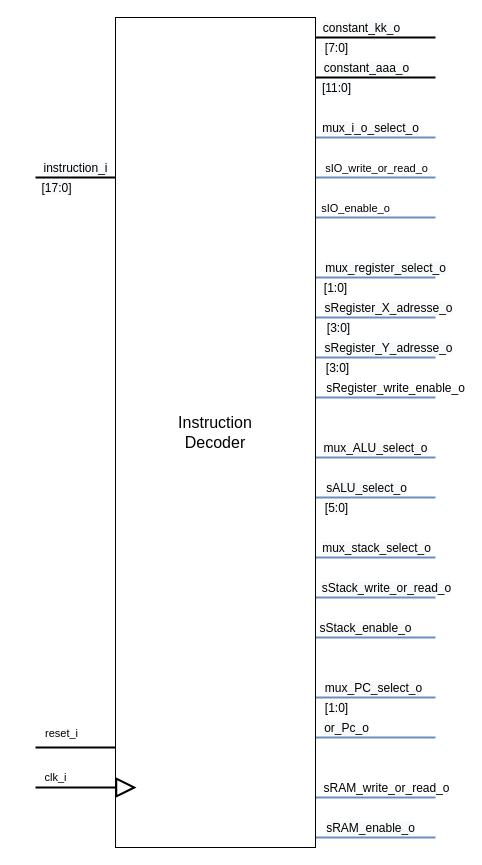
This is Blockbeschreibungen/ID_beschreibung.drawio from graefjk/RO2, a draw.io file, before an edit. Source tidied: cells renumbered, new cells numbered last; positions are measured from the earlier drawing's top-left corner, leaving out a move shared by most shapes. Both pictures are drawn from the tidied source at 100%, with x=0, y=0 at pixel (35, 17).
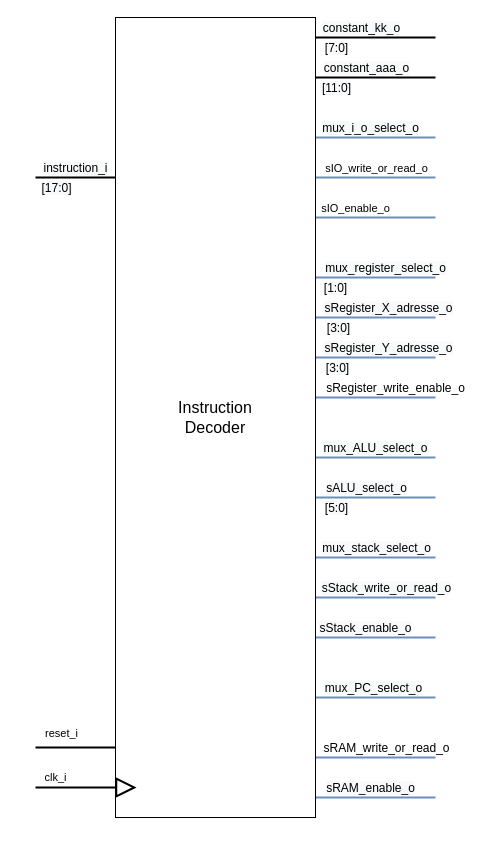
Above is the later version.

Unchanged cells that the change refers to:
```xml
<mxCell id="33" style="edgeStyle=orthogonalEdgeStyle;rounded=0;jettySize=auto;html=1;endArrow=none;endFill=0;strokeWidth=2;fillColor=#dae8fc;strokeColor=#6c8ebf;" parent="1" edge="1" source="50">
  <mxGeometry relative="1" as="geometry">
    <mxPoint x="400" y="680" as="targetPoint" />
    <Array as="points">
      <mxPoint x="390" y="680" />
      <mxPoint x="390" y="680" />
    </Array>
  </mxGeometry>
</mxCell>
```

What changed in the source:
```diff
@@
-    <mxCell id="35" value="&lt;span style=&quot;font-size: 12px ; background-color: rgb(248 , 249 , 250)&quot;&gt;[1:0]&lt;/span&gt;" style="edgeLabel;html=1;align=center;verticalAlign=middle;" parent="33" vertex="1">
-      <mxGeometry x="-0.74" relative="1" as="geometry">
-        <mxPoint x="4.6" y="10" as="offset" />
-      </mxGeometry>
-    </mxCell>
-    <mxCell id="36" style="edgeStyle=orthogonalEdgeStyle;rounded=0;jettySize=auto;html=1;endArrow=none;endFill=0;strokeWidth=2;fillColor=#dae8fc;strokeColor=#6c8ebf;" parent="1" edge="1" source="50">
-      <mxGeometry relative="1" as="geometry">
-        <mxPoint x="400" y="720" as="targetPoint" />
-        <Array as="points">
-          <mxPoint x="390" y="720" />
-          <mxPoint x="390" y="720" />
-        </Array>
-      </mxGeometry>
-    </mxCell>
-    <mxCell id="37" value="&lt;span style=&quot;font-size: 12px ; background-color: rgb(248 , 249 , 250)&quot;&gt;or_Pc_o&lt;/span&gt;" style="edgeLabel;html=1;align=center;verticalAlign=middle;" parent="36" vertex="1">
-      <mxGeometry x="-0.69" y="-2" relative="1" as="geometry">
-        <mxPoint x="11.7" y="-12" as="offset" />
-      </mxGeometry>
-    </mxCell>
     <mxCell id="38" style="edgeStyle=orthogonalEdgeStyle;rounded=0;jettySize=auto;html=1;endArrow=none;endFill=0;strokeWidth=2;fillColor=#dae8fc;strokeColor=#6c8ebf;" parent="1" edge="1" source="50">
       <mxGeometry relative="1" as="geometry">
-        <mxPoint x="400" y="780" as="targetPoint" />
+        <mxPoint x="400" y="740" as="targetPoint" />
         <Array as="points">
-          <mxPoint x="390" y="780" />
-          <mxPoint x="390" y="780" />
+          <mxPoint x="390" y="740" />
+          <mxPoint x="390" y="740" />
         </Array>
       </mxGeometry>
     </mxCell>
@@
     <mxCell id="40" style="edgeStyle=orthogonalEdgeStyle;rounded=0;jettySize=auto;html=1;endArrow=none;endFill=0;strokeWidth=2;fillColor=#dae8fc;strokeColor=#6c8ebf;" parent="1" edge="1" source="50">
       <mxGeometry relative="1" as="geometry">
-        <mxPoint x="400" y="820" as="targetPoint" />
+        <mxPoint x="400" y="780" as="targetPoint" />
         <Array as="points">
-          <mxPoint x="390" y="820" />
-          <mxPoint x="390" y="820" />
+          <mxPoint x="390" y="780" />
+          <mxPoint x="390" y="780" />
         </Array>
       </mxGeometry>
     </mxCell>
@@
     <mxCell id="50" value="&lt;font style=&quot;font-size: 16px&quot;&gt;Instruction&lt;br&gt;Decoder&lt;/font&gt;" style="rounded=0;whiteSpace=wrap;html=1;" parent="1" vertex="1">
-      <mxGeometry x="80" width="200" height="830" as="geometry" />
+      <mxGeometry x="80" width="200" height="800" as="geometry" />
     </mxCell>
```
